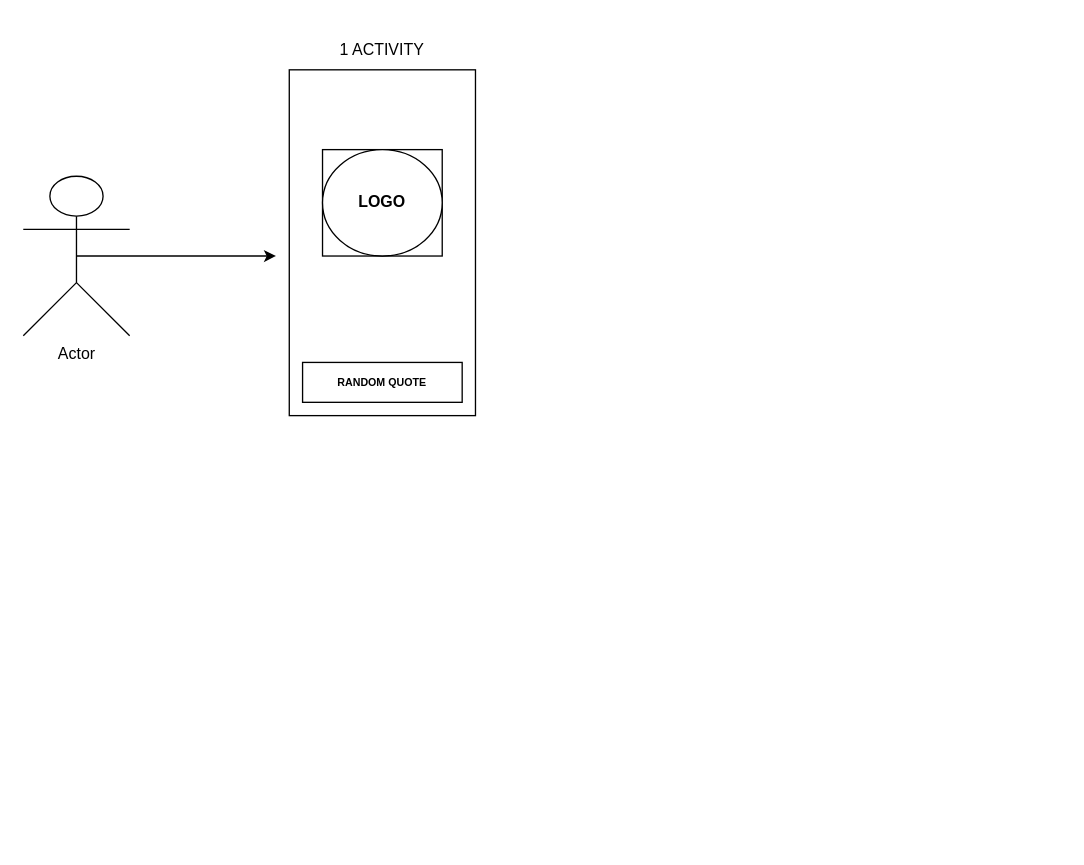
Earlier version of the draw.io diagram Untitled Diagram.drawio (ujjawalTHEBATMAN/Student-Help-Center). Source tidied: cells renumbered, new cells numbered last; positions are measured from the earlier drawing's top-left corner, leaving out a move shared by most shapes. Both pictures are drawn from the tidied source at 133%, with x=0, y=0 at pixel (23, 29).
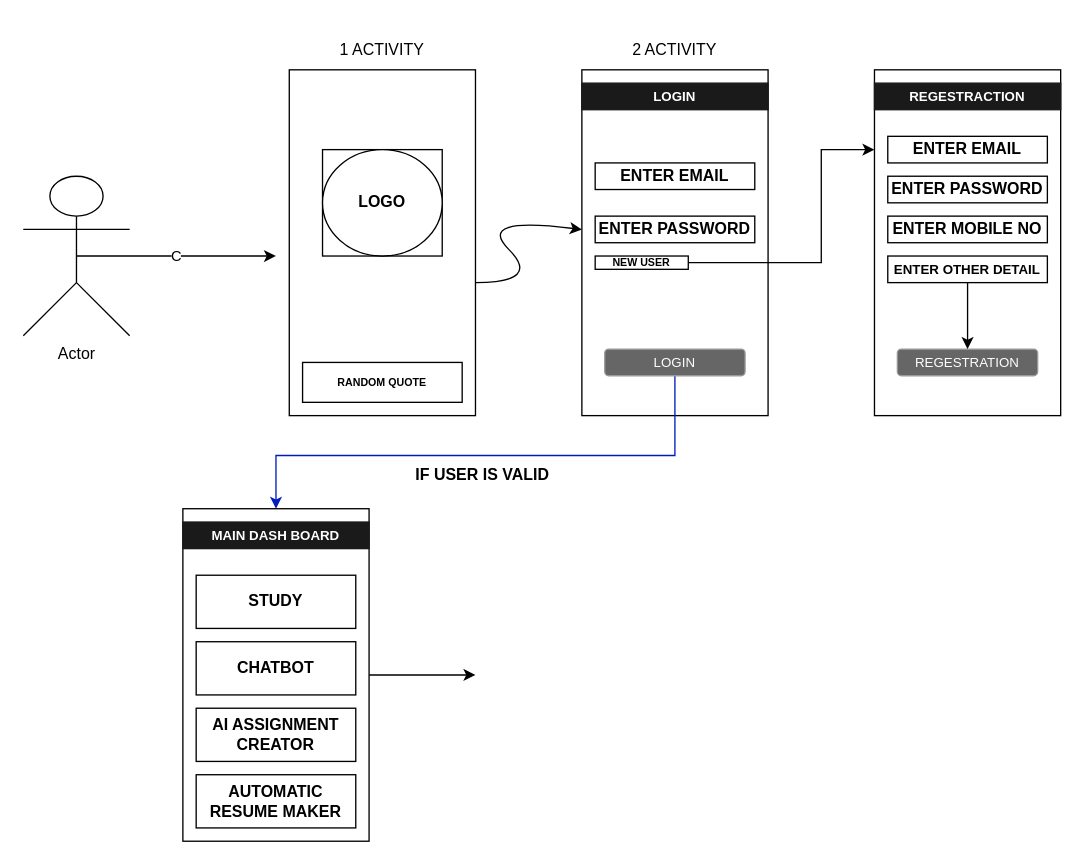
The same page after the edit.

Commit message:
FULL STARTING TO MAINDASH BOARD DESIGN

The change refers to these unchanged cells:
```xml
<mxCell id="4" value="Actor" style="shape=umlActor;verticalLabelPosition=bottom;verticalAlign=top;html=1;outlineConnect=0;" parent="1" vertex="1">
  <mxGeometry y="110" width="80" height="120" as="geometry" />
</mxCell>
```

Diff of the diagram source:
```diff
@@
-    <mxCell id="3" style="edgeStyle=orthogonalEdgeStyle;rounded=0;jettySize=auto;html=1;exitX=0.5;exitY=0.5;exitDx=0;exitDy=0;exitPerimeter=0;" parent="1" edge="1" source="4">
+    <mxCell id="3" value="C" style="edgeStyle=orthogonalEdgeStyle;rounded=0;jettySize=auto;html=1;exitX=0.5;exitY=0.5;exitDx=0;exitDy=0;exitPerimeter=0;" parent="1" edge="1" source="4">
       <mxGeometry relative="1" as="geometry">
         <mxPoint x="190" y="170" as="targetPoint" />
       </mxGeometry>
     </mxCell>
@@
+    <mxCell id="9" style="rounded=0;whiteSpace=wrap;html=1;" parent="1" vertex="1">
+      <mxGeometry x="420" y="30" width="140" height="260" as="geometry" />
+    </mxCell>
+    <mxCell id="10" style="curved=1;endArrow=classic;html=1;rounded=0;entryX=0;entryY=0.462;entryDx=0;entryDy=0;entryPerimeter=0;" parent="1" edge="1" target="9">
+      <mxGeometry relative="1" as="geometry">
+        <mxPoint x="340" y="190" as="sourcePoint" />
+        <Array as="points">
+          <mxPoint x="390" y="190" />
+          <mxPoint x="340" y="140" />
+        </Array>
+      </mxGeometry>
+    </mxCell>
+    <mxCell id="11" value="2 ACTIVITY" style="text;strokeColor=none;align=center;fillColor=none;html=1;verticalAlign=middle;whiteSpace=wrap;rounded=0;" parent="1" vertex="1">
+      <mxGeometry x="445" y="-5" width="90" height="40" as="geometry" />
+    </mxCell>
+    <mxCell id="12" value="ENTER EMAIL" style="rounded=0;whiteSpace=wrap;html=1;fontStyle=1;" parent="1" vertex="1">
+      <mxGeometry x="430" y="100" width="120" height="20" as="geometry" />
+    </mxCell>
+    <mxCell id="13" value="ENTER PASSWORD" style="rounded=0;whiteSpace=wrap;html=1;fontStyle=1;" parent="1" vertex="1">
+      <mxGeometry x="430" y="140" width="120" height="20" as="geometry" />
+    </mxCell>
+    <mxCell id="14" style="edgeStyle=orthogonalEdgeStyle;rounded=0;jettySize=auto;html=1;" parent="1" edge="1" source="15">
+      <mxGeometry relative="1" as="geometry">
+        <mxPoint x="640" y="90" as="targetPoint" />
+        <Array as="points">
+          <mxPoint x="600" y="175" />
+          <mxPoint x="600" y="90" />
+        </Array>
+      </mxGeometry>
+    </mxCell>
+    <mxCell id="15" value="NEW USER" style="rounded=0;whiteSpace=wrap;html=1;fontStyle=1;fontSize=8;" parent="1" vertex="1">
+      <mxGeometry x="430" y="170" width="70" height="10" as="geometry" />
+    </mxCell>
+    <mxCell id="16" style="rounded=0;jettySize=auto;html=1;edgeStyle=elbowEdgeStyle;elbow=vertical;fontStyle=1;fontFamily=Comic Sans MS;fillColor=#0050ef;strokeColor=#001DBC;" parent="1" edge="1" source="17">
+      <mxGeometry relative="1" as="geometry">
+        <mxPoint x="190" y="360" as="targetPoint" />
+        <Array as="points">
+          <mxPoint x="340" y="320" />
+        </Array>
+      </mxGeometry>
+    </mxCell>
+    <mxCell id="17" value="LOGIN" style="rounded=1;html=1;shadow=0;dashed=0;whiteSpace=wrap;fontSize=10;fillColor=#666666;align=center;strokeColor=#999999;fontColor=#ffffff;" parent="1" vertex="1">
+      <mxGeometry x="437.2" y="240" width="105.5" height="20" as="geometry" />
+    </mxCell>
+    <mxCell id="18" value="LOGIN" style="whiteSpace=wrap;html=1;shadow=0;dashed=0;fontSize=10;align=center;fillColor=#1A1A1A;strokeColor=#1A1A1A;fontColor=#FFFFFF;fontStyle=1;" parent="1" vertex="1">
+      <mxGeometry x="420" y="40" width="140" height="20" as="geometry" />
+    </mxCell>
+    <mxCell id="19" style="rounded=0;whiteSpace=wrap;html=1;" parent="1" vertex="1">
+      <mxGeometry x="640" y="30" width="140" height="260" as="geometry" />
+    </mxCell>
+    <mxCell id="20" value="ENTER EMAIL" style="rounded=0;whiteSpace=wrap;html=1;fontStyle=1;" parent="1" vertex="1">
+      <mxGeometry x="650" y="80" width="120" height="20" as="geometry" />
+    </mxCell>
+    <mxCell id="21" value="ENTER PASSWORD" style="rounded=0;whiteSpace=wrap;html=1;fontStyle=1;" parent="1" vertex="1">
+      <mxGeometry x="650" y="110" width="120" height="20" as="geometry" />
+    </mxCell>
+    <mxCell id="22" value="REGESTRATION" style="rounded=1;html=1;shadow=0;dashed=0;whiteSpace=wrap;fontSize=10;fillColor=#666666;align=center;strokeColor=#999999;fontColor=#ffffff;" parent="1" vertex="1">
+      <mxGeometry x="657.2" y="240" width="105.5" height="20" as="geometry" />
+    </mxCell>
+    <mxCell id="23" value="REGESTRACTION" style="whiteSpace=wrap;html=1;shadow=0;dashed=0;fontSize=10;align=center;fillColor=#1A1A1A;strokeColor=#1A1A1A;fontColor=#FFFFFF;fontStyle=1;" parent="1" vertex="1">
+      <mxGeometry x="640" y="40" width="140" height="20" as="geometry" />
+    </mxCell>
+    <mxCell id="24" value="ENTER MOBILE NO" style="rounded=0;whiteSpace=wrap;html=1;fontStyle=1;" parent="1" vertex="1">
+      <mxGeometry x="650" y="140" width="120" height="20" as="geometry" />
+    </mxCell>
+    <mxCell id="25" style="edgeStyle=orthogonalEdgeStyle;rounded=0;jettySize=auto;html=1;" parent="1" edge="1" source="26" target="22">
+      <mxGeometry relative="1" as="geometry" />
+    </mxCell>
+    <mxCell id="26" value="ENTER OTHER DETAIL" style="rounded=0;whiteSpace=wrap;html=1;fontStyle=1;fontSize=10;" parent="1" vertex="1">
+      <mxGeometry x="650" y="170" width="120" height="20" as="geometry" />
+    </mxCell>
+    <mxCell id="27" value="IF USER IS VALID" style="text;strokeColor=none;align=center;fillColor=none;html=1;verticalAlign=middle;whiteSpace=wrap;rounded=0;fontStyle=1;" parent="1" vertex="1">
+      <mxGeometry x="288" y="320" width="115" height="30" as="geometry" />
+    </mxCell>
+    <mxCell id="28" style="edgeStyle=orthogonalEdgeStyle;rounded=0;jettySize=auto;html=1;" parent="1" edge="1" source="29">
+      <mxGeometry relative="1" as="geometry">
+        <mxPoint x="340" y="485" as="targetPoint" />
+      </mxGeometry>
+    </mxCell>
+    <mxCell id="29" style="rounded=0;whiteSpace=wrap;html=1;fontSize=11;" parent="1" vertex="1">
+      <mxGeometry x="120" y="360" width="140" height="250" as="geometry" />
+    </mxCell>
+    <mxCell id="30" value="MAIN DASH BOARD" style="whiteSpace=wrap;html=1;shadow=0;dashed=0;fontSize=10;align=center;fillColor=#1A1A1A;strokeColor=#1A1A1A;fontColor=#FFFFFF;fontStyle=1;" parent="1" vertex="1">
+      <mxGeometry x="120" y="370" width="140" height="20" as="geometry" />
+    </mxCell>
+    <mxCell id="31" value="STUDY" style="rounded=0;whiteSpace=wrap;html=1;fontStyle=1;" parent="1" vertex="1">
+      <mxGeometry x="130" y="410" width="120" height="40" as="geometry" />
+    </mxCell>
+    <mxCell id="32" value="CHATBOT" style="rounded=0;whiteSpace=wrap;html=1;fontStyle=1;" parent="1" vertex="1">
+      <mxGeometry x="130" y="460" width="120" height="40" as="geometry" />
+    </mxCell>
+    <mxCell id="33" value="AI ASSIGNMENT CREATOR" style="rounded=0;whiteSpace=wrap;html=1;fontStyle=1;" parent="1" vertex="1">
+      <mxGeometry x="130" y="510" width="120" height="40" as="geometry" />
+    </mxCell>
+    <mxCell id="34" value="AUTOMATIC RESUME MAKER" style="rounded=0;whiteSpace=wrap;html=1;fontStyle=1;" parent="1" vertex="1">
+      <mxGeometry x="130" y="560" width="120" height="40" as="geometry" />
+    </mxCell>
```
